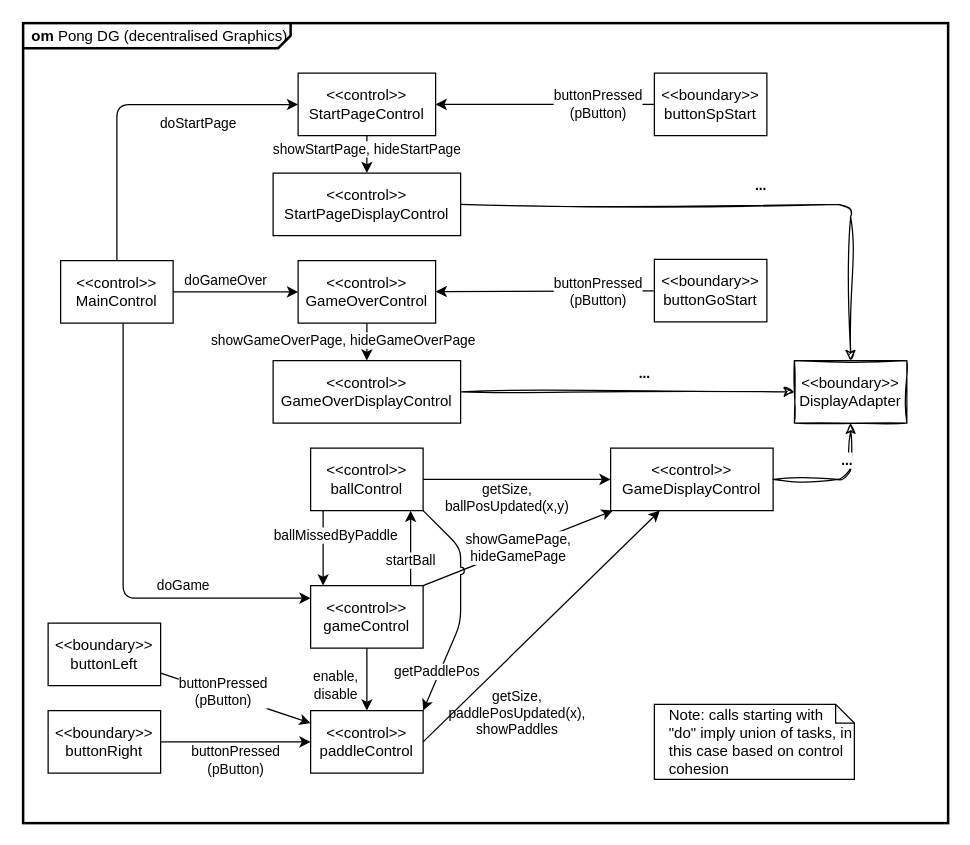
Before: page "OM-dg" (3 of 3) of apps/pong_cleangui_dg_adv/models/pong_dg_adv.drawio in nepbuur1/test_lasergame_2_rework_CleanGUI_godmode, a draw.io diagram. Source tidied: cells renumbered, new cells numbered last; positions are measured from the earlier drawing's top-left corner, leaving out a move shared by most shapes. Both pictures are drawn from the tidied source at 125%, with x=0, y=0 at pixel (22, 22).
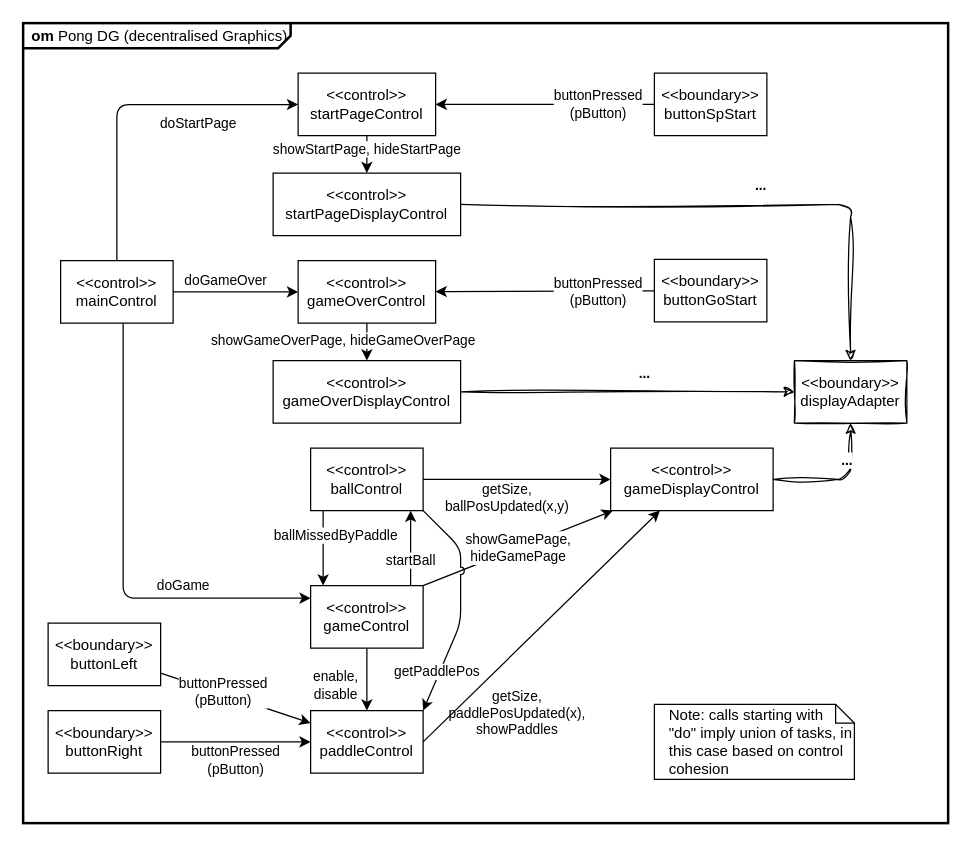
After the change.

Diff of the diagram source:
```diff
@@
-    <mxCell id="8" value="&amp;lt;&amp;lt;boundary&amp;gt;&amp;gt;&lt;br&gt;DisplayAdapter" style="rounded=0;whiteSpace=wrap;html=1;sketch=1;curveFitting=1;jiggle=2;" parent="1" vertex="1">
+    <mxCell id="8" value="&amp;lt;&amp;lt;boundary&amp;gt;&amp;gt;&lt;br&gt;displayAdapter" style="rounded=0;whiteSpace=wrap;html=1;sketch=1;curveFitting=1;jiggle=2;" parent="1" vertex="1">
       <mxGeometry x="617" y="270" width="90" height="50" as="geometry" />
     </mxCell>
@@
-    <mxCell id="11" value="&amp;lt;&amp;lt;control&amp;gt;&amp;gt;&lt;br&gt;GameDisplayControl" style="rounded=0;whiteSpace=wrap;html=1;" parent="1" vertex="1">
+    <mxCell id="11" value="&amp;lt;&amp;lt;control&amp;gt;&amp;gt;&lt;br&gt;gameDisplayControl" style="rounded=0;whiteSpace=wrap;html=1;" parent="1" vertex="1">
       <mxGeometry x="470" y="340" width="130" height="50" as="geometry" />
     </mxCell>
@@
-    <mxCell id="21" value="&amp;lt;&amp;lt;control&amp;gt;&amp;gt;&lt;br&gt;MainControl" style="rounded=0;whiteSpace=wrap;html=1;" parent="1" vertex="1">
+    <mxCell id="21" value="&amp;lt;&amp;lt;control&amp;gt;&amp;gt;&lt;br&gt;mainControl" style="rounded=0;whiteSpace=wrap;html=1;" parent="1" vertex="1">
       <mxGeometry x="30" y="190" width="90" height="50" as="geometry" />
     </mxCell>
-    <mxCell id="22" value="&amp;lt;&amp;lt;control&amp;gt;&amp;gt;&lt;br&gt;StartPageControl" style="rounded=0;whiteSpace=wrap;html=1;" parent="1" vertex="1">
+    <mxCell id="22" value="&amp;lt;&amp;lt;control&amp;gt;&amp;gt;&lt;br&gt;startPageControl" style="rounded=0;whiteSpace=wrap;html=1;" parent="1" vertex="1">
       <mxGeometry x="220" y="40" width="110" height="50" as="geometry" />
     </mxCell>
-    <mxCell id="23" value="&amp;lt;&amp;lt;control&amp;gt;&amp;gt;&lt;br&gt;GameOverControl" style="rounded=0;whiteSpace=wrap;html=1;" parent="1" vertex="1">
+    <mxCell id="23" value="&amp;lt;&amp;lt;control&amp;gt;&amp;gt;&lt;br&gt;gameOverControl" style="rounded=0;whiteSpace=wrap;html=1;" parent="1" vertex="1">
       <mxGeometry x="220" y="190" width="110" height="50" as="geometry" />
     </mxCell>
@@
-    <mxCell id="33" value="&amp;lt;&amp;lt;control&amp;gt;&amp;gt;&lt;br&gt;StartPageDisplayControl" style="rounded=0;whiteSpace=wrap;html=1;" parent="1" vertex="1">
+    <mxCell id="33" value="&amp;lt;&amp;lt;control&amp;gt;&amp;gt;&lt;br&gt;startPageDisplayControl" style="rounded=0;whiteSpace=wrap;html=1;" parent="1" vertex="1">
       <mxGeometry x="200" y="120" width="150" height="50" as="geometry" />
     </mxCell>
-    <mxCell id="34" value="&amp;lt;&amp;lt;control&amp;gt;&amp;gt;&lt;br&gt;GameOverDisplayControl" style="rounded=0;whiteSpace=wrap;html=1;" parent="1" vertex="1">
+    <mxCell id="34" value="&amp;lt;&amp;lt;control&amp;gt;&amp;gt;&lt;br&gt;gameOverDisplayControl" style="rounded=0;whiteSpace=wrap;html=1;" parent="1" vertex="1">
       <mxGeometry x="200" y="270" width="150" height="50" as="geometry" />
     </mxCell>
```
